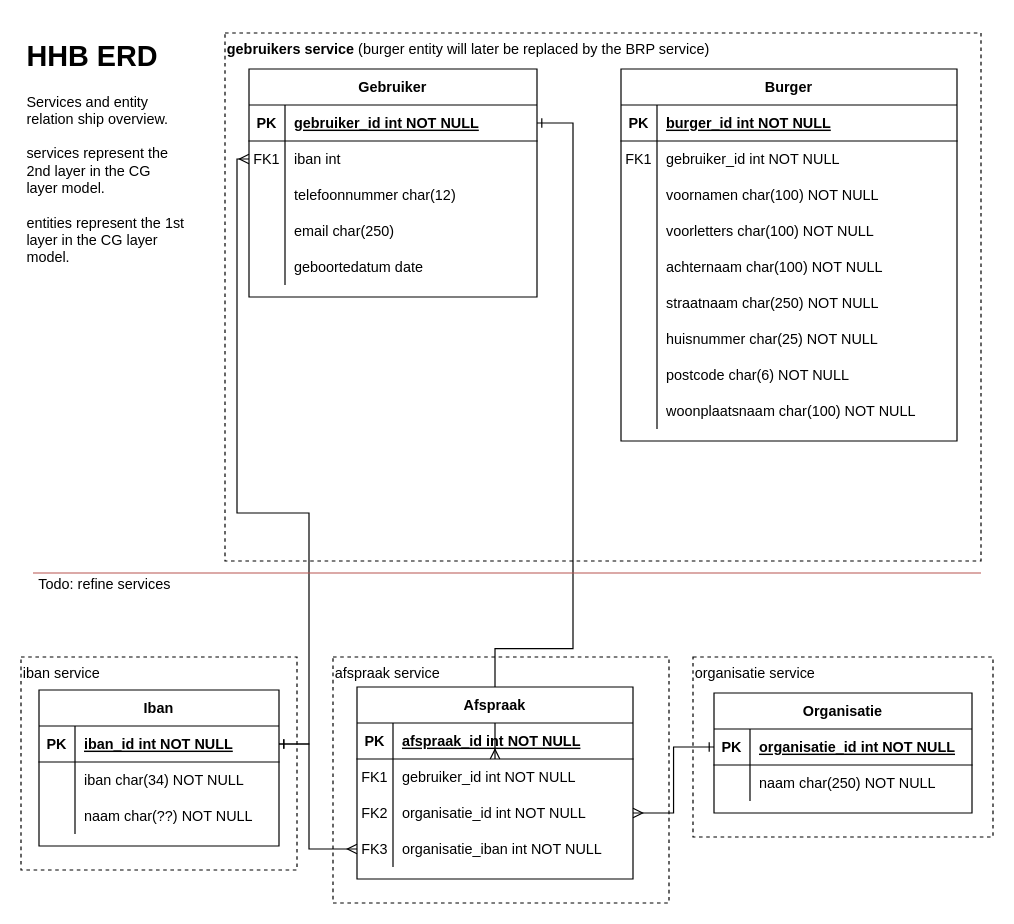
This is huishoudboekje-service/docs/HHB ERD.drawio from frameless/huishoudboekje-nl-design-system-demo, a draw.io file, before an edit. Source tidied: cells renumbered, new cells numbered last; positions are measured from the earlier drawing's top-left corner, leaving out a move shared by most shapes. Both pictures are drawn from the tidied source at 120%, with x=0, y=0 at pixel (20, 32).
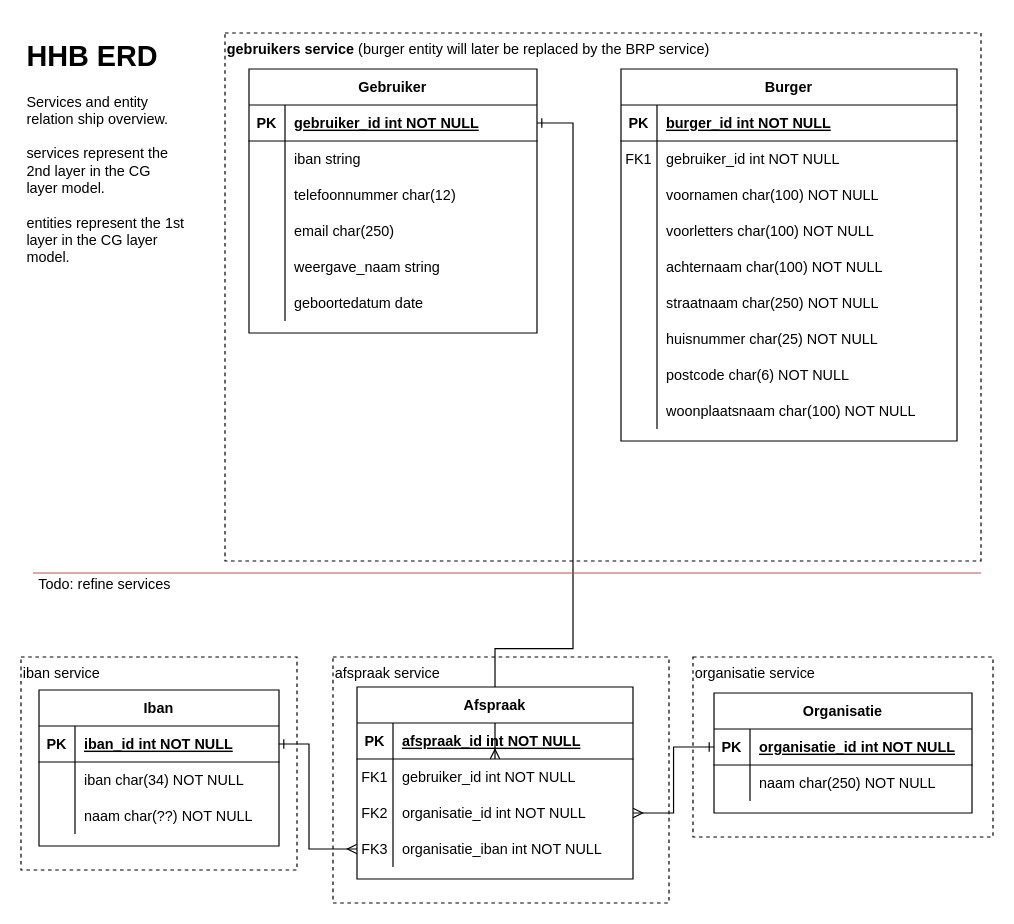
After the change.

Unchanged cells that the change refers to:
```xml
<mxCell id="43" style="shape=partialRectangle;fillColor=none;points=[[0,0.5],[1,0.5]];portConstraint=eastwest;top=0;left=0;right=0;bottom=0;" parent="39" vertex="1">
  <mxGeometry y="60" width="240" height="30" as="geometry" />
</mxCell>
<mxCell id="56" style="shape=partialRectangle;fillColor=none;top=0;left=0;bottom=1;right=0;points=[[0,0.5],[1,0.5]];portConstraint=eastwest;" parent="55" vertex="1">
  <mxGeometry y="30" width="200" height="30" as="geometry" />
</mxCell>
```

Change to the diagram source:
```diff
@@
-    <mxCell id="5" style="edgeStyle=orthogonalEdgeStyle;rounded=0;jettySize=auto;html=1;endArrow=ERone;endFill=0;startArrow=ERmany;startFill=0;exitX=0;exitY=0.5;exitDx=0;exitDy=0;entryX=1;entryY=0.5;entryDx=0;entryDy=0;" parent="1" edge="1" source="43" target="56">
-      <mxGeometry relative="1" as="geometry">
-        <Array as="points">
-          <mxPoint x="180" y="105" />
-          <mxPoint x="180" y="400" />
-          <mxPoint x="240" y="400" />
-          <mxPoint x="240" y="593" />
-        </Array>
-      </mxGeometry>
-    </mxCell>
@@
     <mxCell id="39" value="Gebruiker" style="shape=table;startSize=30;childLayout=tableLayout;rowLines=0;fontStyle=1;align=center;" parent="1" vertex="1">
-      <mxGeometry x="190" y="30" width="240" height="190" as="geometry" />
+      <mxGeometry x="190" y="30" width="240" height="220" as="geometry" />
     </mxCell>
@@
-    <mxCell id="44" value="FK1" style="shape=partialRectangle;overflow=hidden;fillColor=none;top=0;left=0;bottom=0;right=0;" parent="43" vertex="1">
+    <mxCell id="44" style="shape=partialRectangle;overflow=hidden;fillColor=none;top=0;left=0;bottom=0;right=0;" parent="43" vertex="1">
       <mxGeometry width="30" height="30" as="geometry" />
     </mxCell>
-    <mxCell id="45" value="iban int" style="shape=partialRectangle;overflow=hidden;fillColor=none;top=0;left=0;bottom=0;right=0;align=left;spacingLeft=6;" parent="43" vertex="1">
+    <mxCell id="45" value="iban string" style="shape=partialRectangle;overflow=hidden;fillColor=none;top=0;left=0;bottom=0;right=0;align=left;spacingLeft=6;" parent="43" vertex="1">
       <mxGeometry x="30" width="210" height="30" as="geometry" />
     </mxCell>
@@
+    <mxCell id="87" style="shape=partialRectangle;fillColor=none;top=0;left=0;right=0;bottom=0;" parent="39" vertex="1">
+      <mxGeometry y="150" width="240" height="30" as="geometry" />
+    </mxCell>
+    <mxCell id="88" style="shape=partialRectangle;overflow=hidden;fillColor=none;top=0;left=0;bottom=0;right=0;" parent="87" vertex="1">
+      <mxGeometry width="30" height="30" as="geometry" />
+    </mxCell>
+    <mxCell id="89" value="weergave_naam string" style="shape=partialRectangle;overflow=hidden;fillColor=none;top=0;left=0;bottom=0;right=0;align=left;spacingLeft=6;" parent="87" vertex="1">
+      <mxGeometry x="30" width="210" height="30" as="geometry" />
+    </mxCell>
     <mxCell id="52" style="shape=partialRectangle;fillColor=none;top=0;left=0;right=0;bottom=0;" parent="39" vertex="1">
-      <mxGeometry y="150" width="240" height="30" as="geometry" />
+      <mxGeometry y="180" width="240" height="30" as="geometry" />
     </mxCell>
```
